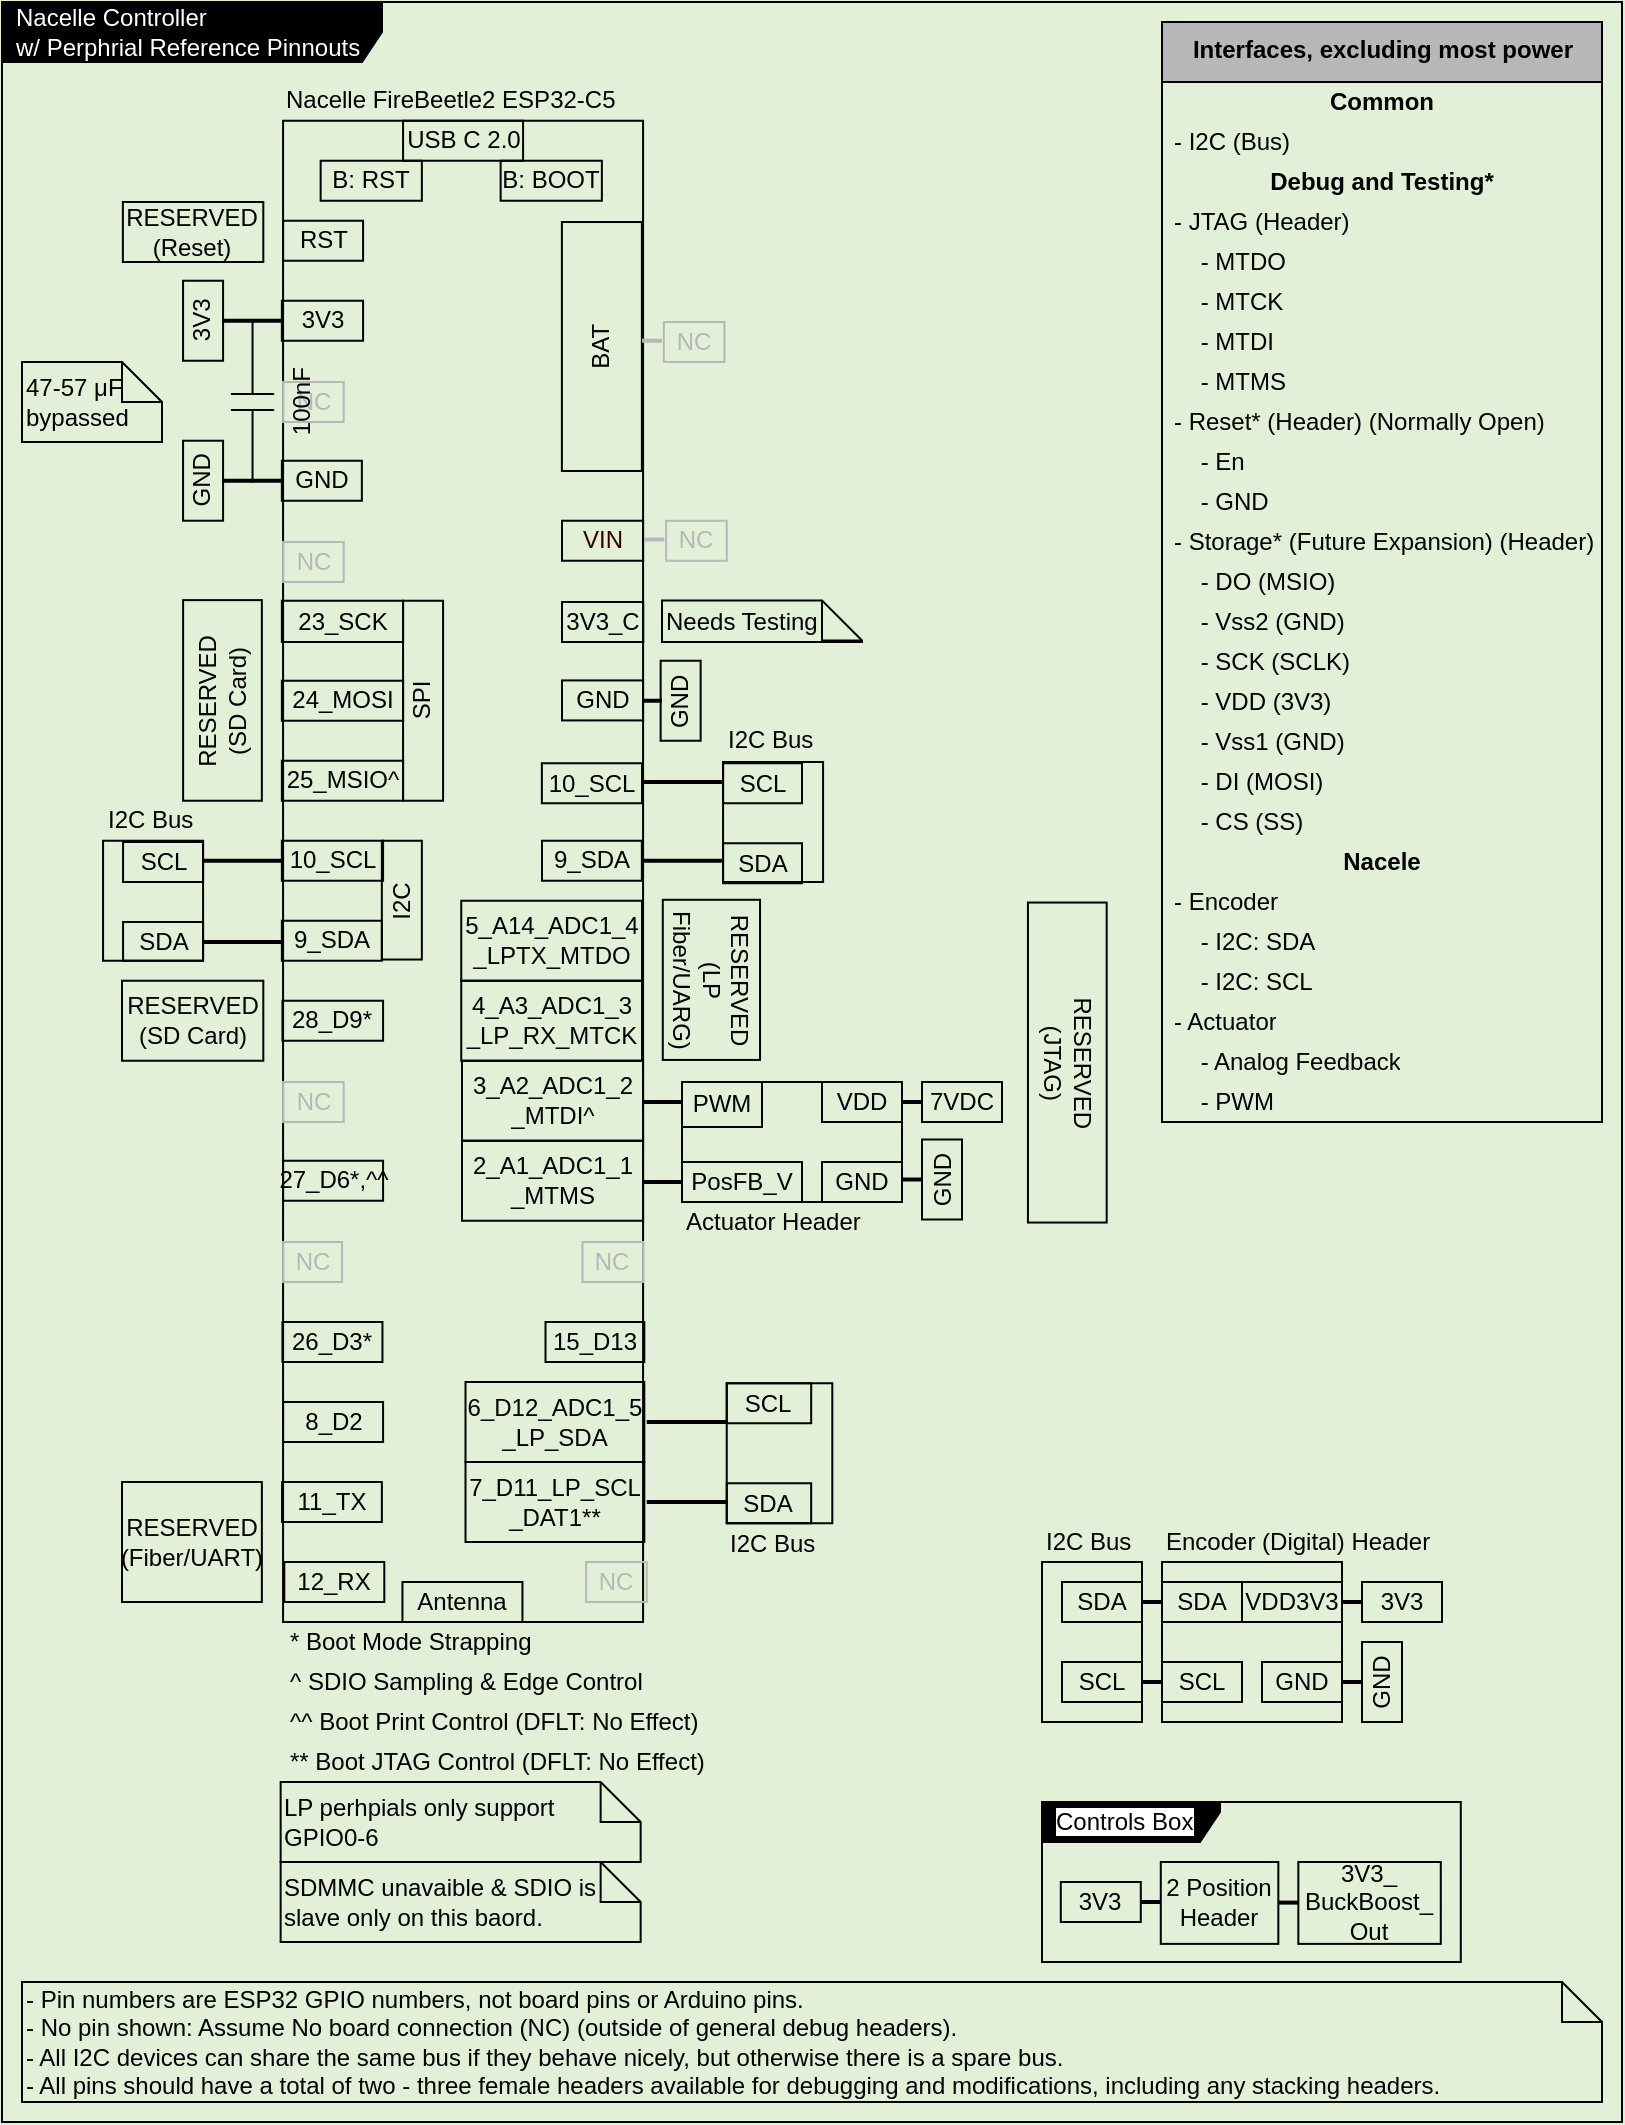
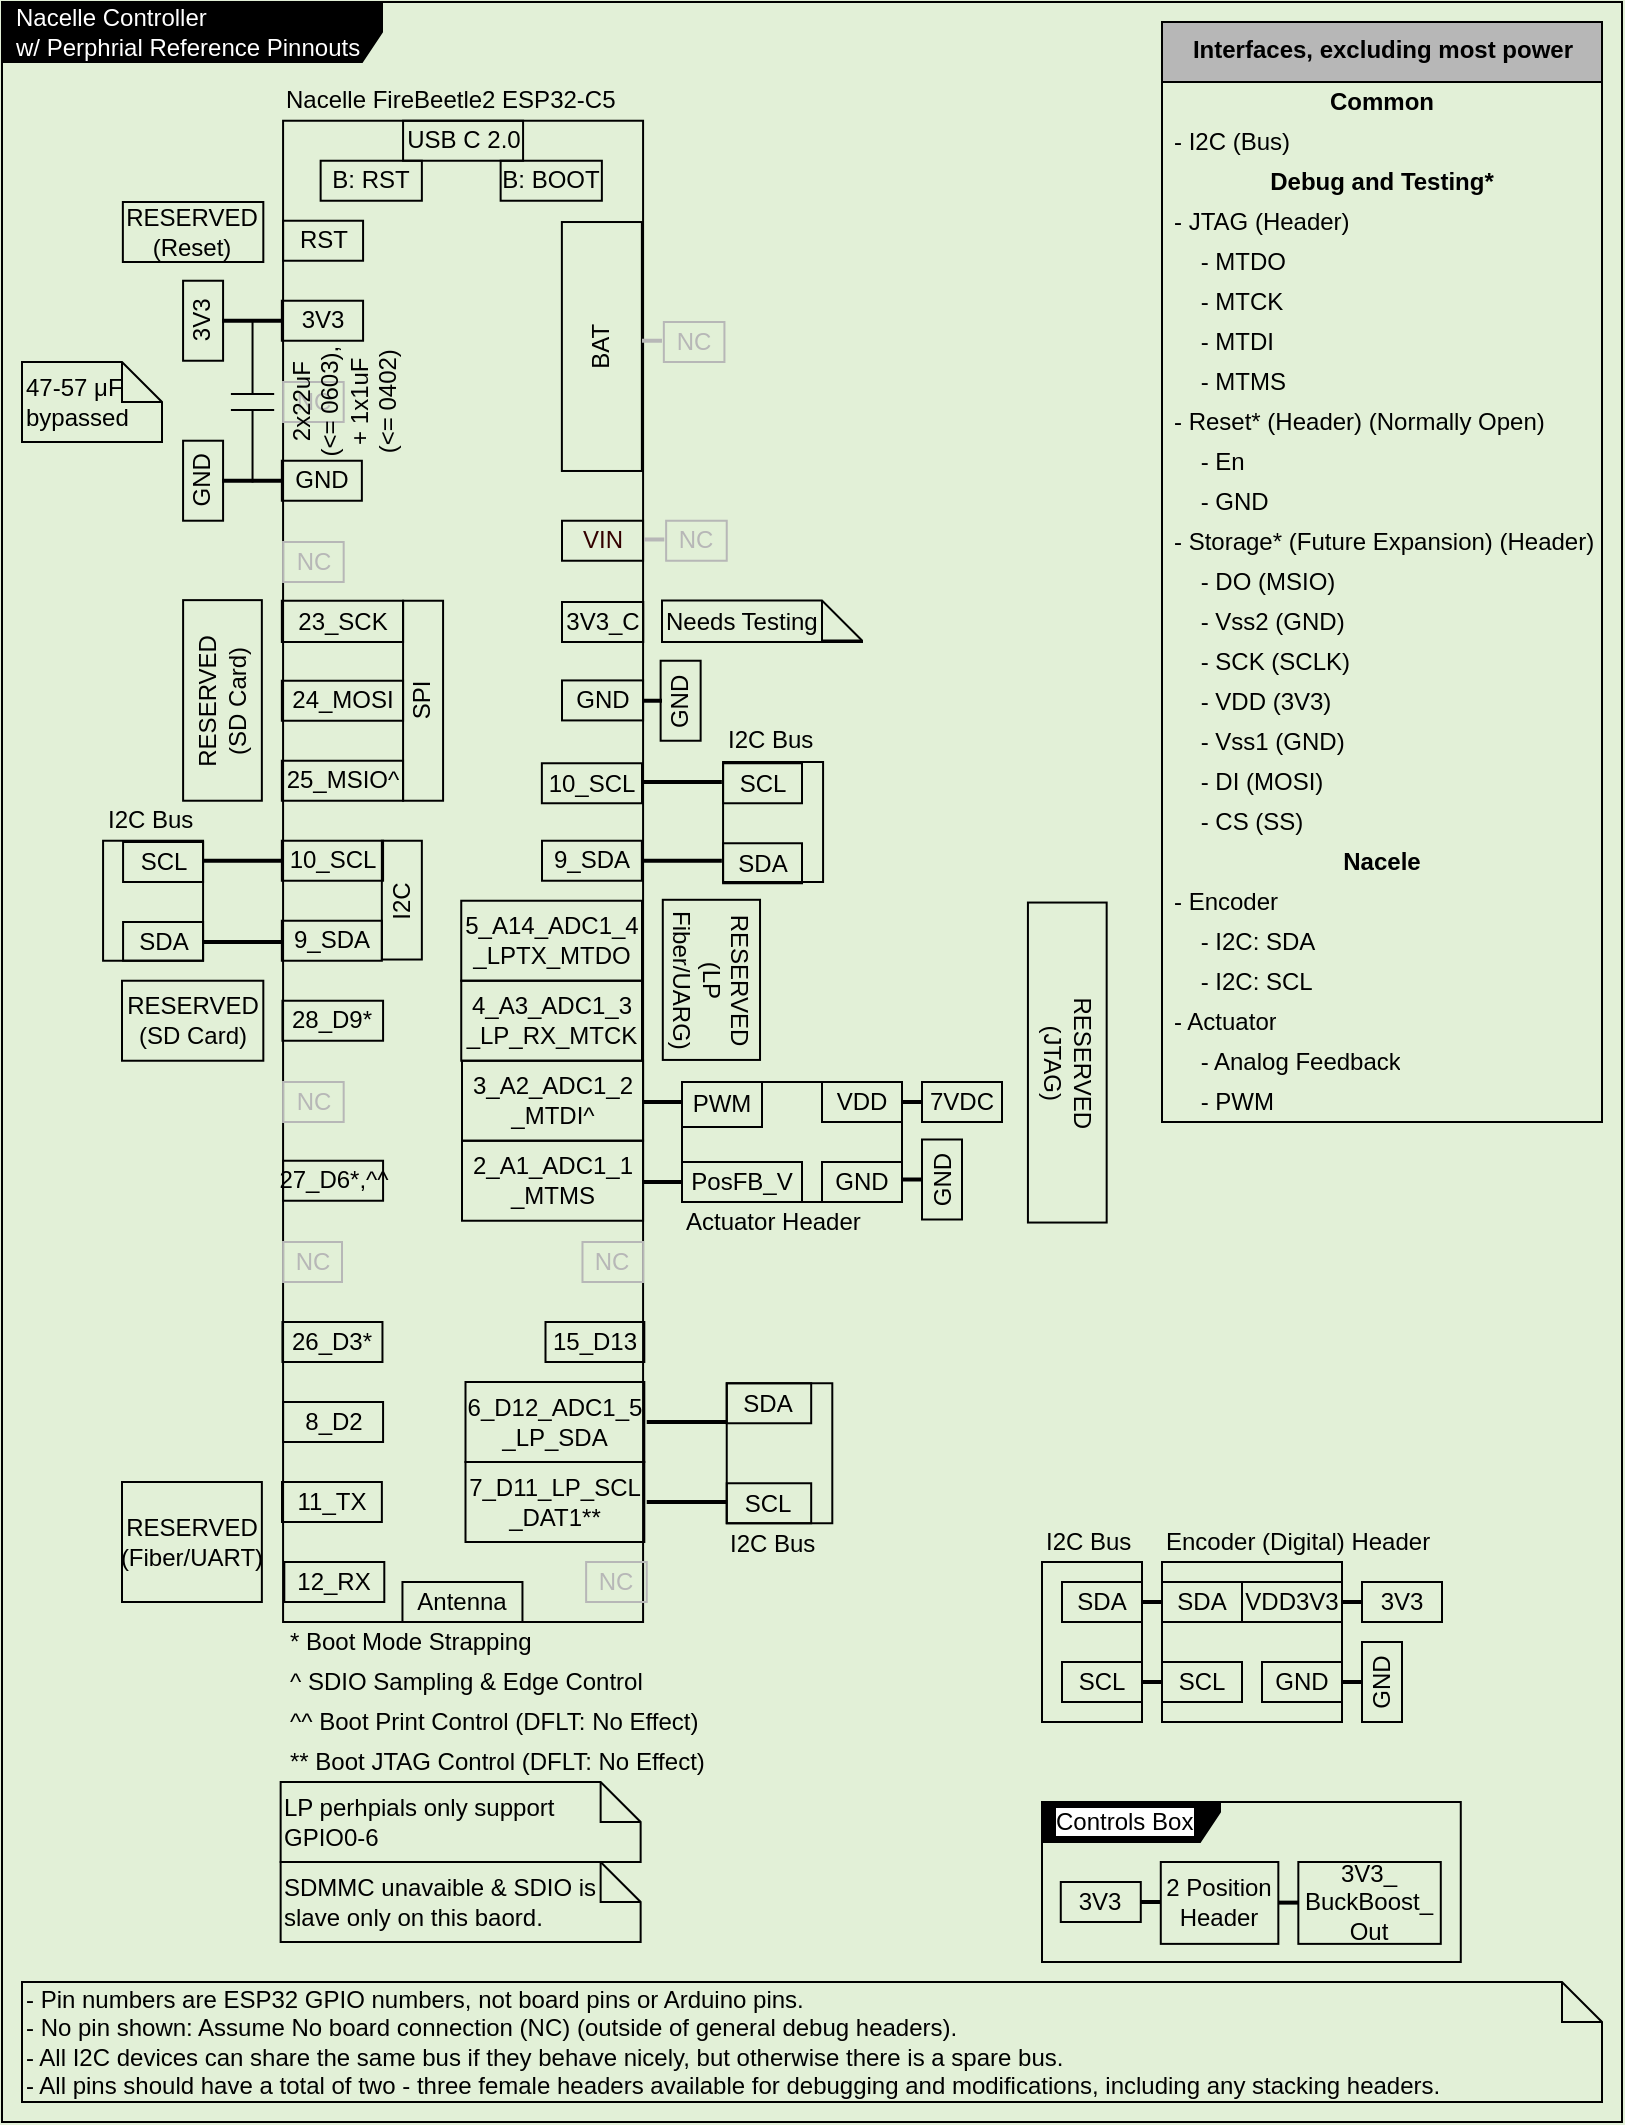
<mxfile host="65bd71144e">
    <diagram id="xW1vHMj48wwB0oUlumkL" name="Page-1">
-         <mxGraphModel dx="520" dy="423" grid="1" gridSize="10" guides="1" tooltips="1" connect="1" arrows="1" fold="1" page="1" pageScale="1" pageWidth="850" pageHeight="1100" background="#E2F0D7" math="0" shadow="0">
+         <mxGraphModel dx="369" dy="301" grid="1" gridSize="10" guides="1" tooltips="1" connect="1" arrows="1" fold="1" page="1" pageScale="1" pageWidth="850" pageHeight="1100" background="#E2F0D7" math="0" shadow="0">
            <root>
                <mxCell id="0"/>
                <mxCell id="1" parent="0"/>
                <mxCell id="521" value="&lt;font color=&quot;#ffffff&quot;&gt;Nacelle Controller&lt;br&gt;w/ Perphrial Reference Pinnouts&lt;/font&gt;" style="shape=umlFrame;whiteSpace=wrap;html=1;width=190;height=30;boundedLbl=1;verticalAlign=middle;align=left;spacingLeft=5;fontColor=#000000;strokeColor=#000000;fillColor=#000000;gradientColor=#000000;fillStyle=solid;movable=1;resizable=1;rotatable=1;deletable=1;editable=1;connectable=1;" parent="1" vertex="1">
                    <mxGeometry x="20" y="20" width="810" height="1060" as="geometry"/>
                </mxCell>
                <mxCell id="40" value="&lt;span style=&quot;color: rgba(0, 0, 0, 0); font-family: monospace; font-size: 0px; text-align: start;&quot;&gt;%3CmxGraphModel%3E%3Croot%3E%3CmxCell%20id%3D%220%22%2F%3E%3CmxCell%20id%3D%221%22%20parent%3D%220%22%2F%3E%3CmxCell%20id%3D%222%22%20value%3D%22Common%22%20style%3D%22text%3Bhtml%3D1%3BstrokeColor%3Dnone%3BfillColor%3Dnone%3Balign%3Dcenter%3BverticalAlign%3Dmiddle%3BspacingLeft%3D4%3BspacingRight%3D4%3Boverflow%3Dhidden%3Brotatable%3D0%3Bpoints%3D%5B%5B0%2C0.5%5D%2C%5B1%2C0.5%5D%5D%3BportConstraint%3Deastwest%3BfontColor%3D%23000000%3B%22%20vertex%3D%221%22%20parent%3D%221%22%3E%3CmxGeometry%20x%3D%22530%22%20y%3D%2280%22%20width%3D%22272.5%22%20height%3D%2220%22%20as%3D%22geometry%22%2F%3E%3C%2FmxCell%3E%3C%2Froot%3E%3C%2FmxGraphModel%3E&lt;/span&gt;" style="rounded=0;whiteSpace=wrap;html=1;fillColor=none;strokeColor=#000000;fontColor=#000000;" parent="1" vertex="1">
                    <mxGeometry x="160.54" y="79.37" width="180" height="750.63" as="geometry"/>
                </mxCell>
                <mxCell id="147" value="3V3" style="text;html=1;strokeColor=#000000;fillColor=none;align=center;verticalAlign=middle;whiteSpace=wrap;rounded=0;fontColor=#000000;rotation=-90;" parent="1" vertex="1">
                    <mxGeometry x="100.53999999999999" y="169.37" width="40" height="20" as="geometry"/>
                </mxCell>
                <mxCell id="41" value="RST" style="text;html=1;strokeColor=#000000;fillColor=none;align=center;verticalAlign=middle;whiteSpace=wrap;rounded=0;fontColor=#000000;" parent="1" vertex="1">
                    <mxGeometry x="160.54" y="129.37" width="40" height="20" as="geometry"/>
                </mxCell>
                <mxCell id="45" value="Nacelle FireBeetle2 ESP32-C5" style="text;html=1;strokeColor=none;fillColor=none;align=left;verticalAlign=middle;whiteSpace=wrap;rounded=0;fontColor=#000000;" parent="1" vertex="1">
                    <mxGeometry x="159.92999999999998" y="59.37" width="180.61" height="20" as="geometry"/>
                </mxCell>
                <mxCell id="46" value="3V3" style="text;html=1;strokeColor=#000000;fillColor=none;align=center;verticalAlign=middle;whiteSpace=wrap;rounded=0;fontColor=#000000;" parent="1" vertex="1">
                    <mxGeometry x="159.92999999999998" y="169.37" width="40.61" height="20" as="geometry"/>
                </mxCell>
                <mxCell id="50" value="GND" style="text;html=1;strokeColor=#000000;fillColor=none;align=center;verticalAlign=middle;whiteSpace=wrap;rounded=0;fontColor=#000000;" parent="1" vertex="1">
                    <mxGeometry x="159.92999999999998" y="249.37" width="40" height="20" as="geometry"/>
                </mxCell>
                <mxCell id="62" value="23_SCK" style="text;html=1;strokeColor=#000000;fillColor=none;align=center;verticalAlign=middle;whiteSpace=wrap;rounded=0;fontColor=#000000;" parent="1" vertex="1">
                    <mxGeometry x="159.92999999999998" y="319.37" width="60.61" height="20.63" as="geometry"/>
                </mxCell>
                <mxCell id="64" value="24_MOSI" style="text;html=1;strokeColor=#000000;fillColor=none;align=center;verticalAlign=middle;whiteSpace=wrap;rounded=0;fontColor=#000000;" parent="1" vertex="1">
                    <mxGeometry x="159.92999999999998" y="359.37" width="60.61" height="20" as="geometry"/>
                </mxCell>
                <mxCell id="66" value="25_MSIO^" style="text;html=1;strokeColor=#000000;fillColor=none;align=center;verticalAlign=middle;whiteSpace=wrap;rounded=0;fontColor=#000000;" parent="1" vertex="1">
                    <mxGeometry x="159.92999999999998" y="399.37" width="60.61" height="20" as="geometry"/>
                </mxCell>
                <mxCell id="69" value="10_SCL" style="text;html=1;strokeColor=#000000;fillColor=none;align=center;verticalAlign=middle;whiteSpace=wrap;rounded=0;fontColor=#000000;" parent="1" vertex="1">
                    <mxGeometry x="289.93" y="400.63" width="50.07" height="20" as="geometry"/>
                </mxCell>
                <mxCell id="71" value="9_SDA" style="text;html=1;strokeColor=#000000;fillColor=none;align=center;verticalAlign=middle;whiteSpace=wrap;rounded=0;fontColor=#000000;" parent="1" vertex="1">
                    <mxGeometry x="290" y="439.37" width="49.93" height="20" as="geometry"/>
                </mxCell>
                <mxCell id="73" value="5_A14_ADC1_4&lt;br&gt;_LPTX_MTDO" style="text;html=1;strokeColor=#000000;fillColor=none;align=center;verticalAlign=middle;whiteSpace=wrap;rounded=0;fontColor=#000000;" parent="1" vertex="1">
                    <mxGeometry x="249.62" y="469.37" width="90.38" height="40" as="geometry"/>
                </mxCell>
                <mxCell id="107" value="10_SCL" style="text;html=1;strokeColor=#000000;fillColor=none;align=center;verticalAlign=middle;whiteSpace=wrap;rounded=0;fontColor=#000000;" parent="1" vertex="1">
                    <mxGeometry x="159.92999999999998" y="439.37" width="50.61" height="20" as="geometry"/>
                </mxCell>
                <mxCell id="110" value="4_A3_ADC1_3&lt;br&gt;_LP_RX_MTCK" style="text;html=1;strokeColor=#000000;fillColor=none;align=center;verticalAlign=middle;whiteSpace=wrap;rounded=0;fontColor=#000000;" parent="1" vertex="1">
                    <mxGeometry x="249.62" y="509.37" width="90.38" height="40" as="geometry"/>
                </mxCell>
                <mxCell id="111" value="9_SDA" style="text;html=1;strokeColor=#000000;fillColor=none;align=center;verticalAlign=middle;whiteSpace=wrap;rounded=0;fontColor=#000000;" parent="1" vertex="1">
                    <mxGeometry x="159.92999999999998" y="479.37" width="50" height="20" as="geometry"/>
                </mxCell>
                <mxCell id="112" value="" style="line;strokeWidth=2;html=1;strokeColor=#000000;fontColor=#000000;" parent="1" vertex="1">
                    <mxGeometry x="130" y="174.37" width="29.93" height="10" as="geometry"/>
                </mxCell>
                <mxCell id="113" value="28_D9*" style="text;html=1;strokeColor=#000000;fillColor=none;align=center;verticalAlign=middle;whiteSpace=wrap;rounded=0;fontColor=#000000;" parent="1" vertex="1">
                    <mxGeometry x="160.23" y="519.37" width="50.31" height="20" as="geometry"/>
                </mxCell>
                <mxCell id="115" value="VIN" style="text;html=1;strokeColor=#000000;fillColor=none;align=center;verticalAlign=middle;whiteSpace=wrap;rounded=0;fontColor=#330000;" parent="1" vertex="1">
                    <mxGeometry x="300" y="279.37" width="40.54" height="20" as="geometry"/>
                </mxCell>
                <mxCell id="118" value="2_A1_ADC1_1&lt;br&gt;_MTMS" style="text;html=1;strokeColor=#000000;fillColor=none;align=center;verticalAlign=middle;whiteSpace=wrap;rounded=0;fontColor=#000000;" parent="1" vertex="1">
                    <mxGeometry x="250" y="589.37" width="90.54" height="40" as="geometry"/>
                </mxCell>
                <mxCell id="123" value="27_D6*,^^" style="text;html=1;strokeColor=#000000;fillColor=none;align=center;verticalAlign=middle;whiteSpace=wrap;rounded=0;fontColor=#000000;" parent="1" vertex="1">
                    <mxGeometry x="160.54" y="599.37" width="50" height="20" as="geometry"/>
                </mxCell>
                <mxCell id="131" value="USB C 2.0" style="text;html=1;strokeColor=#000000;fillColor=none;align=center;verticalAlign=middle;whiteSpace=wrap;rounded=0;fontColor=#000000;" parent="1" vertex="1">
                    <mxGeometry x="220.54" y="79.37" width="60" height="20" as="geometry"/>
                </mxCell>
                <mxCell id="177" value="3_A2_ADC1_2&lt;br&gt;_MTDI^" style="text;html=1;strokeColor=#000000;fillColor=none;align=center;verticalAlign=middle;whiteSpace=wrap;rounded=0;fontColor=#000000;" parent="1" vertex="1">
                    <mxGeometry x="250" y="549.37" width="90.54" height="40" as="geometry"/>
                </mxCell>
                <mxCell id="297" value="&lt;font style=&quot;color: light-dark(rgb(0, 0, 0), rgb(255, 255, 255));&quot;&gt;&lt;b style=&quot;&quot;&gt;Interfaces, excluding most power&lt;/b&gt;&lt;/font&gt;" style="swimlane;fontStyle=0;align=center;verticalAlign=top;childLayout=stackLayout;horizontal=1;startSize=30;horizontalStack=0;resizeParent=1;resizeParentMax=0;resizeLast=0;collapsible=0;marginBottom=0;html=1;fontColor=#000000;strokeColor=#000000;fillColor=#b7b7b7;" parent="1" vertex="1">
                    <mxGeometry x="600" y="30" width="220" height="550" as="geometry"/>
                </mxCell>
                <mxCell id="298" value="&lt;b&gt;&lt;font style=&quot;color: light-dark(rgb(0, 0, 0), rgb(255, 255, 255));&quot;&gt;Common&lt;/font&gt;&lt;/b&gt;" style="text;html=1;strokeColor=none;fillColor=none;align=center;verticalAlign=middle;spacingLeft=4;spacingRight=4;overflow=hidden;rotatable=0;points=[[0,0.5],[1,0.5]];portConstraint=eastwest;fontColor=#000000;" parent="297" vertex="1">
                    <mxGeometry y="30" width="220" height="20" as="geometry"/>
                </mxCell>
                <mxCell id="299" value="- I2C (Bus)" style="text;html=1;align=left;verticalAlign=middle;spacingLeft=4;spacingRight=4;overflow=hidden;rotatable=0;points=[[0,0.5],[1,0.5]];portConstraint=eastwest;fontColor=#000000;strokeColor=none;" parent="297" vertex="1">
                    <mxGeometry y="50" width="220" height="20" as="geometry"/>
                </mxCell>
                <mxCell id="302" value="&lt;b&gt;&lt;font style=&quot;color: light-dark(rgb(0, 0, 0), rgb(255, 255, 255));&quot;&gt;Debug and Testing*&lt;/font&gt;&lt;/b&gt;" style="text;html=1;strokeColor=none;fillColor=none;align=center;verticalAlign=middle;spacingLeft=4;spacingRight=4;overflow=hidden;rotatable=0;points=[[0,0.5],[1,0.5]];portConstraint=eastwest;fontColor=#000000;" parent="297" vertex="1">
                    <mxGeometry y="70" width="220" height="20" as="geometry"/>
                </mxCell>
                <mxCell id="309" value="- JTAG (Header)" style="text;html=1;align=left;verticalAlign=middle;spacingLeft=4;spacingRight=4;overflow=hidden;rotatable=0;points=[[0,0.5],[1,0.5]];portConstraint=eastwest;fontColor=#000000;strokeColor=none;" parent="297" vertex="1">
                    <mxGeometry y="90" width="220" height="20" as="geometry"/>
                </mxCell>
                <mxCell id="313" value="&amp;nbsp; &amp;nbsp; - MTDO" style="text;html=1;align=left;verticalAlign=middle;spacingLeft=4;spacingRight=4;overflow=hidden;rotatable=0;points=[[0,0.5],[1,0.5]];portConstraint=eastwest;fontColor=#000000;strokeColor=none;" parent="297" vertex="1">
                    <mxGeometry y="110" width="220" height="20" as="geometry"/>
                </mxCell>
                <mxCell id="314" value="&amp;nbsp; &amp;nbsp; - MTCK" style="text;html=1;align=left;verticalAlign=middle;spacingLeft=4;spacingRight=4;overflow=hidden;rotatable=0;points=[[0,0.5],[1,0.5]];portConstraint=eastwest;fontColor=#000000;strokeColor=none;" parent="297" vertex="1">
                    <mxGeometry y="130" width="220" height="20" as="geometry"/>
                </mxCell>
                <mxCell id="315" value="&amp;nbsp; &amp;nbsp; - MTDI" style="text;html=1;align=left;verticalAlign=middle;spacingLeft=4;spacingRight=4;overflow=hidden;rotatable=0;points=[[0,0.5],[1,0.5]];portConstraint=eastwest;fontColor=#000000;strokeColor=none;" parent="297" vertex="1">
                    <mxGeometry y="150" width="220" height="20" as="geometry"/>
                </mxCell>
                <mxCell id="310" value="&amp;nbsp; &amp;nbsp; - MTMS" style="text;html=1;align=left;verticalAlign=middle;spacingLeft=4;spacingRight=4;overflow=hidden;rotatable=0;points=[[0,0.5],[1,0.5]];portConstraint=eastwest;fontColor=#000000;strokeColor=none;" parent="297" vertex="1">
                    <mxGeometry y="170" width="220" height="20" as="geometry"/>
                </mxCell>
                <mxCell id="303" value="- Reset* (Header) (Normally Open)" style="text;html=1;align=left;verticalAlign=middle;spacingLeft=4;spacingRight=4;overflow=hidden;rotatable=0;points=[[0,0.5],[1,0.5]];portConstraint=eastwest;fontColor=#000000;strokeColor=none;" parent="297" vertex="1">
                    <mxGeometry y="190" width="220" height="20" as="geometry"/>
                </mxCell>
                <mxCell id="304" value="&amp;nbsp; &amp;nbsp; - En" style="text;html=1;align=left;verticalAlign=middle;spacingLeft=4;spacingRight=4;overflow=hidden;rotatable=0;points=[[0,0.5],[1,0.5]];portConstraint=eastwest;fontColor=#000000;strokeColor=none;" parent="297" vertex="1">
                    <mxGeometry y="210" width="220" height="20" as="geometry"/>
                </mxCell>
                <mxCell id="305" value="&amp;nbsp; &amp;nbsp; - GND" style="text;html=1;align=left;verticalAlign=middle;spacingLeft=4;spacingRight=4;overflow=hidden;rotatable=0;points=[[0,0.5],[1,0.5]];portConstraint=eastwest;fontColor=#000000;strokeColor=none;" parent="297" vertex="1">
                    <mxGeometry y="230" width="220" height="20" as="geometry"/>
                </mxCell>
                <mxCell id="316" value="- Storage* (Future Expansion) (Header)" style="text;html=1;align=left;verticalAlign=middle;spacingLeft=4;spacingRight=4;overflow=hidden;rotatable=0;points=[[0,0.5],[1,0.5]];portConstraint=eastwest;fontColor=#000000;strokeColor=none;" parent="297" vertex="1">
                    <mxGeometry y="250" width="220" height="20" as="geometry"/>
                </mxCell>
                <mxCell id="317" value="&lt;font style=&quot;&quot;&gt;&lt;font style=&quot;color: light-dark(rgb(0, 0, 0), rgb(255, 255, 255));&quot;&gt;&amp;nbsp; &amp;nbsp; -&amp;nbsp;&lt;/font&gt;&lt;span style=&quot;text-align: center;&quot;&gt;&lt;font style=&quot;color: light-dark(rgb(0, 0, 0), rgb(255, 255, 255));&quot;&gt;DO (MSIO)&lt;/font&gt;&lt;/span&gt;&lt;/font&gt;" style="text;html=1;align=left;verticalAlign=middle;spacingLeft=4;spacingRight=4;overflow=hidden;rotatable=0;points=[[0,0.5],[1,0.5]];portConstraint=eastwest;fontColor=#000000;strokeColor=none;" parent="297" vertex="1">
                    <mxGeometry y="270" width="220" height="20" as="geometry"/>
                </mxCell>
                <mxCell id="318" value="&amp;nbsp; &amp;nbsp; - Vss2 (GND)" style="text;html=1;align=left;verticalAlign=middle;spacingLeft=4;spacingRight=4;overflow=hidden;rotatable=0;points=[[0,0.5],[1,0.5]];portConstraint=eastwest;fontColor=#000000;strokeColor=none;" parent="297" vertex="1">
                    <mxGeometry y="290" width="220" height="20" as="geometry"/>
                </mxCell>
                <mxCell id="319" value="&lt;font style=&quot;&quot;&gt;&lt;font style=&quot;color: light-dark(rgb(0, 0, 0), rgb(255, 255, 255));&quot;&gt;&amp;nbsp; &amp;nbsp; -&amp;nbsp;&lt;/font&gt;&lt;span style=&quot;text-align: center;&quot;&gt;&lt;font style=&quot;color: light-dark(rgb(0, 0, 0), rgb(255, 255, 255));&quot;&gt;SCK (SCLK)&lt;/font&gt;&lt;/span&gt;&lt;/font&gt;" style="text;html=1;align=left;verticalAlign=middle;spacingLeft=4;spacingRight=4;overflow=hidden;rotatable=0;points=[[0,0.5],[1,0.5]];portConstraint=eastwest;fontColor=#000000;strokeColor=none;" parent="297" vertex="1">
                    <mxGeometry y="310" width="220" height="20" as="geometry"/>
                </mxCell>
                <mxCell id="320" value="&amp;nbsp; &amp;nbsp; - VDD (3V3)" style="text;html=1;align=left;verticalAlign=middle;spacingLeft=4;spacingRight=4;overflow=hidden;rotatable=0;points=[[0,0.5],[1,0.5]];portConstraint=eastwest;fontColor=#000000;strokeColor=none;" parent="297" vertex="1">
                    <mxGeometry y="330" width="220" height="20" as="geometry"/>
                </mxCell>
                <mxCell id="321" value="&amp;nbsp; &amp;nbsp; - Vss1 (GND)" style="text;html=1;align=left;verticalAlign=middle;spacingLeft=4;spacingRight=4;overflow=hidden;rotatable=0;points=[[0,0.5],[1,0.5]];portConstraint=eastwest;fontColor=#000000;strokeColor=none;" parent="297" vertex="1">
                    <mxGeometry y="350" width="220" height="20" as="geometry"/>
                </mxCell>
                <mxCell id="322" value="&lt;font style=&quot;&quot;&gt;&lt;font style=&quot;color: light-dark(rgb(0, 0, 0), rgb(255, 255, 255));&quot;&gt;&amp;nbsp; &amp;nbsp; -&amp;nbsp;&lt;/font&gt;&lt;span style=&quot;text-align: center;&quot;&gt;&lt;font style=&quot;color: light-dark(rgb(0, 0, 0), rgb(255, 255, 255));&quot;&gt;DI (MOSI)&lt;/font&gt;&lt;/span&gt;&lt;/font&gt;" style="text;html=1;align=left;verticalAlign=middle;spacingLeft=4;spacingRight=4;overflow=hidden;rotatable=0;points=[[0,0.5],[1,0.5]];portConstraint=eastwest;fontColor=#000000;strokeColor=none;" parent="297" vertex="1">
                    <mxGeometry y="370" width="220" height="20" as="geometry"/>
                </mxCell>
                <mxCell id="323" value="&amp;nbsp; &amp;nbsp; - CS (SS)" style="text;html=1;align=left;verticalAlign=middle;spacingLeft=4;spacingRight=4;overflow=hidden;rotatable=0;points=[[0,0.5],[1,0.5]];portConstraint=eastwest;fontColor=#000000;strokeColor=none;" parent="297" vertex="1">
                    <mxGeometry y="390" width="220" height="20" as="geometry"/>
                </mxCell>
                <mxCell id="509" value="&lt;b&gt;&lt;font style=&quot;color: light-dark(rgb(0, 0, 0), rgb(255, 255, 255));&quot;&gt;Nacele&lt;/font&gt;&lt;/b&gt;" style="text;html=1;strokeColor=none;fillColor=none;align=center;verticalAlign=middle;spacingLeft=4;spacingRight=4;overflow=hidden;rotatable=0;points=[[0,0.5],[1,0.5]];portConstraint=eastwest;fontColor=#000000;" parent="297" vertex="1">
                    <mxGeometry y="410" width="220" height="20" as="geometry"/>
                </mxCell>
                <mxCell id="510" value="- Encoder&lt;span style=&quot;color: rgba(0, 0, 0, 0); font-family: monospace; font-size: 0px;&quot;&gt;%3CmxGraphModel%3E%3Croot%3E%3CmxCell%20id%3D%220%22%2F%3E%3CmxCell%20id%3D%221%22%20parent%3D%220%22%2F%3E%3CmxCell%20id%3D%222%22%20value%3D%22%26amp%3Bnbsp%3B%20%26amp%3Bnbsp%3B%20-%20CS%20(SS)%22%20style%3D%22text%3Bhtml%3D1%3Balign%3Dleft%3BverticalAlign%3Dmiddle%3BspacingLeft%3D4%3BspacingRight%3D4%3Boverflow%3Dhidden%3Brotatable%3D0%3Bpoints%3D%5B%5B0%2C0.5%5D%2C%5B1%2C0.5%5D%5D%3BportConstraint%3Deastwest%3BfontColor%3D%23000000%3BstrokeColor%3Dnone%3B%22%20vertex%3D%221%22%20parent%3D%221%22%3E%3CmxGeometry%20x%3D%22610%22%20y%3D%22575%22%20width%3D%22220%22%20height%3D%2220%22%20as%3D%22geometry%22%2F%3E%3C%2FmxCell%3E%3C%2Froot%3E%3C%2FmxGraphModel%3E&lt;/span&gt;" style="text;html=1;align=left;verticalAlign=middle;spacingLeft=4;spacingRight=4;overflow=hidden;rotatable=0;points=[[0,0.5],[1,0.5]];portConstraint=eastwest;fontColor=#000000;strokeColor=none;" parent="297" vertex="1">
                    <mxGeometry y="430" width="220" height="20" as="geometry"/>
                </mxCell>
                <mxCell id="617" value="&amp;nbsp; &amp;nbsp; - I2C: SDA" style="text;html=1;align=left;verticalAlign=middle;spacingLeft=4;spacingRight=4;overflow=hidden;rotatable=0;points=[[0,0.5],[1,0.5]];portConstraint=eastwest;fontColor=#000000;strokeColor=none;" parent="297" vertex="1">
                    <mxGeometry y="450" width="220" height="20" as="geometry"/>
                </mxCell>
                <mxCell id="618" value="&amp;nbsp; &amp;nbsp; - I2C: SCL" style="text;html=1;align=left;verticalAlign=middle;spacingLeft=4;spacingRight=4;overflow=hidden;rotatable=0;points=[[0,0.5],[1,0.5]];portConstraint=eastwest;fontColor=#000000;strokeColor=none;" parent="297" vertex="1">
                    <mxGeometry y="470" width="220" height="20" as="geometry"/>
                </mxCell>
                <mxCell id="515" value="- Actuator&lt;span style=&quot;color: rgba(0, 0, 0, 0); font-family: monospace; font-size: 0px;&quot;&gt;%3CmxGraphModel%3E%3Croot%3E%3CmxCell%20id%3D%220%22%2F%3E%3CmxCell%20id%3D%221%22%20parent%3D%220%22%2F%3E%3CmxCell%20id%3D%222%22%20value%3D%22%26amp%3Bnbsp%3B%20%26amp%3Bnbsp%3B%20-%20CS%20(SS)%22%20style%3D%22text%3Bhtml%3D1%3Balign%3Dleft%3BverticalAlign%3Dmiddle%3BspacingLeft%3D4%3BspacingRight%3D4%3Boverflow%3Dhidden%3Brotatable%3D0%3Bpoints%3D%5B%5B0%2C0.5%5D%2C%5B1%2C0.5%5D%5D%3BportConstraint%3Deastwest%3BfontColor%3D%23000000%3BstrokeColor%3Dnone%3B%22%20vertex%3D%221%22%20parent%3D%221%22%3E%3CmxGeometry%20x%3D%22610%22%20y%3D%22575%22%20width%3D%22220%22%20height%3D%2220%22%20as%3D%22geometry%22%2F%3E%3C%2FmxCell%3E%3C%2Froot%3E%3C%2FmxGraphModel%3E&lt;/span&gt;" style="text;html=1;align=left;verticalAlign=middle;spacingLeft=4;spacingRight=4;overflow=hidden;rotatable=0;points=[[0,0.5],[1,0.5]];portConstraint=eastwest;fontColor=#000000;strokeColor=none;" parent="297" vertex="1">
                    <mxGeometry y="490" width="220" height="20" as="geometry"/>
                </mxCell>
                <mxCell id="517" value="&amp;nbsp; &amp;nbsp; - Analog Feedback" style="text;html=1;align=left;verticalAlign=middle;spacingLeft=4;spacingRight=4;overflow=hidden;rotatable=0;points=[[0,0.5],[1,0.5]];portConstraint=eastwest;fontColor=#000000;strokeColor=none;" parent="297" vertex="1">
                    <mxGeometry y="510" width="220" height="20" as="geometry"/>
                </mxCell>
                <mxCell id="516" value="&amp;nbsp; &amp;nbsp; - PWM" style="text;html=1;align=left;verticalAlign=middle;spacingLeft=4;spacingRight=4;overflow=hidden;rotatable=0;points=[[0,0.5],[1,0.5]];portConstraint=eastwest;fontColor=#000000;strokeColor=none;" parent="297" vertex="1">
                    <mxGeometry y="530" width="220" height="20" as="geometry"/>
                </mxCell>
                <mxCell id="432" value="* Boot Mode Strapping" style="text;html=1;strokeColor=none;fillColor=none;align=left;verticalAlign=middle;whiteSpace=wrap;rounded=0;fontColor=#000000;" parent="1" vertex="1">
                    <mxGeometry x="161.76" y="830" width="180.61" height="20" as="geometry"/>
                </mxCell>
                <mxCell id="455" value="&lt;div&gt;&lt;font style=&quot;color: light-dark(rgb(0, 0, 0), rgb(255, 255, 255));&quot;&gt;- Pin numbers are ESP32 GPIO numbers, not board pins or Arduino pins.&lt;/font&gt;&lt;/div&gt;- No pin shown: Assume No board connection (NC) (outside of general debug headers).&lt;br&gt;- All I2C devices can share the same bus if they behave nicely, but otherwise there is a spare bus.&lt;div&gt;&lt;font style=&quot;color: light-dark(rgb(0, 0, 0), rgb(255, 255, 255));&quot;&gt;- All pins should have a total of two - three female headers available&amp;nbsp;for debugging and modifications, including any stacking headers.&lt;/font&gt;&lt;/div&gt;" style="shape=note;size=20;whiteSpace=wrap;html=1;strokeColor=#000000;fontColor=#000000;fillColor=none;align=left;" parent="1" vertex="1">
                    <mxGeometry x="30" y="1010" width="790" height="60" as="geometry"/>
                </mxCell>
                <mxCell id="554" value="SDMMC unavaible &amp;amp; SDIO is slave only on this baord." style="shape=note;size=20;whiteSpace=wrap;html=1;strokeColor=#000000;fontColor=#000000;fillColor=none;align=left;" parent="1" vertex="1">
                    <mxGeometry x="159.32" y="950" width="180" height="40" as="geometry"/>
                </mxCell>
                <mxCell id="703" value="" style="group" parent="1" vertex="1" connectable="0">
                    <mxGeometry x="540" y="780" width="200" height="100" as="geometry"/>
                </mxCell>
                <mxCell id="704" value="Encoder (Digital) Header" style="text;html=1;strokeColor=none;fillColor=none;align=left;verticalAlign=middle;whiteSpace=wrap;rounded=0;fontColor=#000000;container=0;" parent="703" vertex="1">
                    <mxGeometry x="60" width="140" height="20" as="geometry"/>
                </mxCell>
                <mxCell id="705" value="" style="rounded=0;whiteSpace=wrap;html=1;fillColor=none;strokeColor=#000000;fontColor=#000000;container=0;" parent="703" vertex="1">
                    <mxGeometry x="60" y="20" width="90" height="80" as="geometry"/>
                </mxCell>
                <mxCell id="706" value="SDA" style="text;html=1;strokeColor=#000000;fillColor=none;align=center;verticalAlign=middle;whiteSpace=wrap;rounded=0;fontColor=#000000;container=0;" parent="703" vertex="1">
                    <mxGeometry x="60" y="30" width="40" height="20" as="geometry"/>
                </mxCell>
                <mxCell id="707" value="SCL" style="text;html=1;strokeColor=#000000;fillColor=none;align=center;verticalAlign=middle;whiteSpace=wrap;rounded=0;fontColor=#000000;container=0;" parent="703" vertex="1">
                    <mxGeometry x="60" y="70" width="40" height="20" as="geometry"/>
                </mxCell>
                <mxCell id="708" value="VDD3V3" style="text;html=1;strokeColor=#000000;fillColor=none;align=center;verticalAlign=middle;whiteSpace=wrap;rounded=0;fontColor=#000000;container=0;" parent="703" vertex="1">
                    <mxGeometry x="100" y="30" width="50" height="20" as="geometry"/>
                </mxCell>
                <mxCell id="709" value="GND" style="text;html=1;strokeColor=#000000;fillColor=none;align=center;verticalAlign=middle;whiteSpace=wrap;rounded=0;fontColor=#000000;container=0;" parent="703" vertex="1">
                    <mxGeometry x="110" y="70" width="40" height="20" as="geometry"/>
                </mxCell>
                <mxCell id="710" value="GND" style="text;html=1;strokeColor=#000000;fillColor=none;align=center;verticalAlign=middle;whiteSpace=wrap;rounded=0;fontColor=#000000;container=0;rotation=-90;" parent="703" vertex="1">
                    <mxGeometry x="150" y="70" width="40" height="20" as="geometry"/>
                </mxCell>
                <mxCell id="711" value="3V3" style="text;html=1;strokeColor=#000000;fillColor=none;align=center;verticalAlign=middle;whiteSpace=wrap;rounded=0;fontColor=#000000;container=0;" parent="703" vertex="1">
                    <mxGeometry x="160" y="30" width="40" height="20" as="geometry"/>
                </mxCell>
                <mxCell id="712" value="" style="line;strokeWidth=2;html=1;strokeColor=#000000;fontColor=#000000;container=0;" parent="703" vertex="1">
                    <mxGeometry x="50" y="35" width="10" height="10" as="geometry"/>
                </mxCell>
                <mxCell id="713" value="" style="line;strokeWidth=2;html=1;strokeColor=#000000;fontColor=#000000;container=0;" parent="703" vertex="1">
                    <mxGeometry x="50" y="75" width="10" height="10" as="geometry"/>
                </mxCell>
                <mxCell id="714" value="" style="line;strokeWidth=2;html=1;strokeColor=#000000;fontColor=#000000;container=0;" parent="703" vertex="1">
                    <mxGeometry x="150" y="35" width="10" height="10" as="geometry"/>
                </mxCell>
                <mxCell id="715" value="" style="line;strokeWidth=2;html=1;strokeColor=#000000;fontColor=#000000;container=0;" parent="703" vertex="1">
                    <mxGeometry x="150" y="75" width="10" height="10" as="geometry"/>
                </mxCell>
                <mxCell id="716" value="I2C Bus" style="text;html=1;strokeColor=none;fillColor=none;align=left;verticalAlign=middle;whiteSpace=wrap;rounded=0;fontColor=#000000;container=0;" parent="703" vertex="1">
                    <mxGeometry width="50" height="20" as="geometry"/>
                </mxCell>
                <mxCell id="717" value="" style="rounded=0;whiteSpace=wrap;html=1;fillColor=none;strokeColor=#000000;fontColor=#000000;container=0;" parent="703" vertex="1">
                    <mxGeometry y="20" width="50" height="80" as="geometry"/>
                </mxCell>
                <mxCell id="718" value="SDA" style="text;html=1;strokeColor=#000000;fillColor=none;align=center;verticalAlign=middle;whiteSpace=wrap;rounded=0;fontColor=#000000;container=0;" parent="703" vertex="1">
                    <mxGeometry x="10" y="30" width="40" height="20" as="geometry"/>
                </mxCell>
                <mxCell id="719" value="SCL" style="text;html=1;strokeColor=#000000;fillColor=none;align=center;verticalAlign=middle;whiteSpace=wrap;rounded=0;fontColor=#000000;container=0;" parent="703" vertex="1">
                    <mxGeometry x="10" y="70" width="40" height="20" as="geometry"/>
                </mxCell>
                <mxCell id="720" value="B: RST" style="text;html=1;strokeColor=#000000;fillColor=none;align=center;verticalAlign=middle;whiteSpace=wrap;rounded=0;fontColor=#000000;" parent="1" vertex="1">
                    <mxGeometry x="179.32" y="99.37" width="50.61" height="20" as="geometry"/>
                </mxCell>
                <mxCell id="721" value="B: BOOT" style="text;html=1;strokeColor=#000000;fillColor=none;align=center;verticalAlign=middle;whiteSpace=wrap;rounded=0;fontColor=#000000;" parent="1" vertex="1">
                    <mxGeometry x="269.32000000000005" y="99.37" width="50.61" height="20" as="geometry"/>
                </mxCell>
                <mxCell id="724" value="BAT" style="text;html=1;strokeColor=#000000;fillColor=none;align=center;verticalAlign=middle;whiteSpace=wrap;rounded=0;fontColor=#000000;rotation=-90;" parent="1" vertex="1">
                    <mxGeometry x="257.7" y="172.25" width="124.48" height="40" as="geometry"/>
                </mxCell>
                <mxCell id="725" value="GND" style="text;html=1;strokeColor=#000000;fillColor=none;align=center;verticalAlign=middle;whiteSpace=wrap;rounded=0;fontColor=#000000;rotation=-90;" parent="1" vertex="1">
                    <mxGeometry x="100.53999999999999" y="249.36" width="40" height="20" as="geometry"/>
                </mxCell>
                <mxCell id="727" value="" style="line;strokeWidth=2;html=1;strokeColor=#000000;fontColor=#000000;" parent="1" vertex="1">
                    <mxGeometry x="130" y="254.37" width="30.54" height="10" as="geometry"/>
                </mxCell>
                <mxCell id="731" value="SPI" style="text;html=1;strokeColor=#000000;fillColor=none;align=center;verticalAlign=middle;whiteSpace=wrap;rounded=0;fontColor=#000000;rotation=-90;" parent="1" vertex="1">
                    <mxGeometry x="180.54" y="359.37" width="100" height="20" as="geometry"/>
                </mxCell>
                <mxCell id="735" value="" style="group" parent="1" vertex="1" connectable="0">
                    <mxGeometry x="70.54" y="409.37" width="90" height="110.63" as="geometry"/>
                </mxCell>
                <mxCell id="505" value="" style="line;strokeWidth=2;html=1;strokeColor=#000000;fontColor=#000000;" parent="735" vertex="1">
                    <mxGeometry x="50" y="35" width="40" height="10" as="geometry"/>
                </mxCell>
                <mxCell id="506" value="" style="line;strokeWidth=2;html=1;strokeColor=#000000;fontColor=#000000;" parent="735" vertex="1">
                    <mxGeometry x="50" y="75.63" width="40" height="10" as="geometry"/>
                </mxCell>
                <mxCell id="590" value="" style="rounded=0;whiteSpace=wrap;html=1;fillColor=none;strokeColor=#000000;fontColor=#000000;container=0;" parent="735" vertex="1">
                    <mxGeometry y="30" width="50" height="60" as="geometry"/>
                </mxCell>
                <mxCell id="592" value="SCL" style="text;html=1;strokeColor=#000000;fillColor=none;align=center;verticalAlign=middle;whiteSpace=wrap;rounded=0;fontColor=#000000;container=0;" parent="735" vertex="1">
                    <mxGeometry x="10" y="30.629999999999995" width="40" height="20" as="geometry"/>
                </mxCell>
                <mxCell id="593" value="SDA" style="text;html=1;strokeColor=#000000;fillColor=none;align=center;verticalAlign=middle;whiteSpace=wrap;rounded=0;fontColor=#000000;container=0;" parent="735" vertex="1">
                    <mxGeometry x="10" y="70.63" width="40" height="19.37" as="geometry"/>
                </mxCell>
                <mxCell id="591" value="I2C Bus" style="text;html=1;strokeColor=none;fillColor=none;align=left;verticalAlign=middle;whiteSpace=wrap;rounded=0;fontColor=#000000;container=0;" parent="735" vertex="1">
                    <mxGeometry y="10" width="50" height="20" as="geometry"/>
                </mxCell>
                <mxCell id="736" value="I2C" style="text;html=1;strokeColor=#000000;fillColor=none;align=center;verticalAlign=middle;whiteSpace=wrap;rounded=0;fontColor=#000000;rotation=-90;" parent="1" vertex="1">
                    <mxGeometry x="190.23" y="459.07" width="59.39" height="20" as="geometry"/>
                </mxCell>
                <mxCell id="737" value="8_D2" style="text;html=1;strokeColor=#000000;fillColor=none;align=center;verticalAlign=middle;whiteSpace=wrap;rounded=0;fontColor=#000000;" parent="1" vertex="1">
                    <mxGeometry x="160.54" y="720" width="50" height="20" as="geometry"/>
                </mxCell>
                <mxCell id="738" value="11_TX" style="text;html=1;strokeColor=#000000;fillColor=none;align=center;verticalAlign=middle;whiteSpace=wrap;rounded=0;fontColor=#000000;" parent="1" vertex="1">
                    <mxGeometry x="160" y="760" width="49.93" height="20" as="geometry"/>
                </mxCell>
                <mxCell id="739" value="12_RX" style="text;html=1;strokeColor=#000000;fillColor=none;align=center;verticalAlign=middle;whiteSpace=wrap;rounded=0;fontColor=#000000;" parent="1" vertex="1">
                    <mxGeometry x="161.15" y="800" width="50" height="20" as="geometry"/>
                </mxCell>
                <mxCell id="741" value="Antenna" style="text;html=1;strokeColor=#000000;fillColor=none;align=center;verticalAlign=middle;whiteSpace=wrap;rounded=0;fontColor=#000000;" parent="1" vertex="1">
                    <mxGeometry x="220.23" y="810" width="60" height="20" as="geometry"/>
                </mxCell>
                <mxCell id="748" value="NC" style="text;html=1;strokeColor=#B7B7B7;fillColor=none;align=center;verticalAlign=middle;whiteSpace=wrap;rounded=0;fontColor=#B7B7B7;" parent="1" vertex="1">
                    <mxGeometry x="160.54" y="210" width="30.3" height="20" as="geometry"/>
                </mxCell>
                <mxCell id="749" value="NC" style="text;html=1;strokeColor=#B7B7B7;fillColor=none;align=center;verticalAlign=middle;whiteSpace=wrap;rounded=0;fontColor=#B7B7B7;" parent="1" vertex="1">
                    <mxGeometry x="160.54" y="290" width="30.3" height="20" as="geometry"/>
                </mxCell>
                <mxCell id="750" value="GND" style="text;html=1;strokeColor=#000000;fillColor=none;align=center;verticalAlign=middle;whiteSpace=wrap;rounded=0;fontColor=#000000;" parent="1" vertex="1">
                    <mxGeometry x="300" y="359.21" width="40.54" height="20" as="geometry"/>
                </mxCell>
                <mxCell id="751" value="GND" style="text;html=1;strokeColor=#000000;fillColor=none;align=center;verticalAlign=middle;whiteSpace=wrap;rounded=0;fontColor=#000000;rotation=-90;" parent="1" vertex="1">
                    <mxGeometry x="339.32" y="359.37000000000006" width="40" height="20" as="geometry"/>
                </mxCell>
                <mxCell id="755" value="" style="line;strokeWidth=2;html=1;strokeColor=#000000;fontColor=#000000;" parent="1" vertex="1">
                    <mxGeometry x="340.54" y="364.37" width="9.46" height="10" as="geometry"/>
                </mxCell>
                <mxCell id="757" value="" style="line;strokeWidth=2;html=1;strokeColor=#000000;fontColor=#000000;" parent="1" vertex="1">
                    <mxGeometry x="339.93" y="405" width="40" height="10" as="geometry"/>
                </mxCell>
                <mxCell id="758" value="" style="line;strokeWidth=2;html=1;strokeColor=#000000;fontColor=#000000;" parent="1" vertex="1">
                    <mxGeometry x="339.93" y="444.37" width="40" height="10" as="geometry"/>
                </mxCell>
                <mxCell id="766" value="NC" style="text;html=1;strokeColor=#B7B7B7;fillColor=none;align=center;verticalAlign=middle;whiteSpace=wrap;rounded=0;fontColor=#B7B7B7;" parent="1" vertex="1">
                    <mxGeometry x="310.24" y="640" width="30.3" height="20" as="geometry"/>
                </mxCell>
                <mxCell id="768" value="15_D13" style="text;html=1;strokeColor=#000000;fillColor=none;align=center;verticalAlign=middle;whiteSpace=wrap;rounded=0;fontColor=#000000;" parent="1" vertex="1">
                    <mxGeometry x="291.75" y="680" width="49.4" height="20" as="geometry"/>
                </mxCell>
                <mxCell id="769" value="6_D12_ADC1_5&lt;br&gt;_LP_SDA" style="text;html=1;strokeColor=#000000;fillColor=none;align=center;verticalAlign=middle;whiteSpace=wrap;rounded=0;fontColor=#000000;" parent="1" vertex="1">
                    <mxGeometry x="251.75" y="710" width="89.4" height="40" as="geometry"/>
                </mxCell>
                <mxCell id="770" value="7_D11_LP_SCL&lt;br&gt;_DAT1**" style="text;html=1;strokeColor=#000000;fillColor=none;align=center;verticalAlign=middle;whiteSpace=wrap;rounded=0;fontColor=#000000;" parent="1" vertex="1">
                    <mxGeometry x="251.75000000000006" y="750" width="89.4" height="40" as="geometry"/>
                </mxCell>
                <mxCell id="771" value="NC" style="text;html=1;strokeColor=#B7B7B7;fillColor=none;align=center;verticalAlign=middle;whiteSpace=wrap;rounded=0;fontColor=#B7B7B7;" parent="1" vertex="1">
                    <mxGeometry x="312.07" y="800" width="30.3" height="20" as="geometry"/>
                </mxCell>
                <mxCell id="796" value="^ SDIO Sampling &amp;amp; Edge Control" style="text;html=1;strokeColor=none;fillColor=none;align=left;verticalAlign=middle;whiteSpace=wrap;rounded=0;fontColor=#000000;" parent="1" vertex="1">
                    <mxGeometry x="162.37" y="850" width="180" height="20" as="geometry"/>
                </mxCell>
                <mxCell id="798" value="^^ Boot Print Control (DFLT: No Effect)" style="text;html=1;strokeColor=none;fillColor=none;align=left;verticalAlign=middle;whiteSpace=wrap;rounded=0;fontColor=#000000;" parent="1" vertex="1">
                    <mxGeometry x="162.37" y="870" width="210" height="20" as="geometry"/>
                </mxCell>
                <mxCell id="799" value="** Boot JTAG Control (DFLT: No Effect)" style="text;html=1;strokeColor=none;fillColor=none;align=left;verticalAlign=middle;whiteSpace=wrap;rounded=0;fontColor=#000000;" parent="1" vertex="1">
                    <mxGeometry x="162.37" y="890" width="220" height="20" as="geometry"/>
                </mxCell>
                <mxCell id="847" value="RESERVED&lt;div&gt;(SD Card)&lt;/div&gt;" style="text;html=1;strokeColor=#000000;fillColor=none;align=center;verticalAlign=middle;whiteSpace=wrap;rounded=0;fontColor=#000000;rotation=-90;" parent="1" vertex="1">
                    <mxGeometry x="80.09" y="349.53" width="100.3" height="39.37" as="geometry"/>
                </mxCell>
                <mxCell id="849" value="RESERVED&lt;div&gt;(SD Card)&lt;/div&gt;" style="text;html=1;strokeColor=#000000;fillColor=none;align=center;verticalAlign=middle;whiteSpace=wrap;rounded=0;fontColor=#000000;" parent="1" vertex="1">
                    <mxGeometry x="80" y="509.37" width="70.66" height="40" as="geometry"/>
                </mxCell>
                <mxCell id="853" value="" style="group" parent="1" vertex="1" connectable="0">
                    <mxGeometry x="341.15000000000003" y="279.37" width="41.21999999999997" height="20" as="geometry"/>
                </mxCell>
                <mxCell id="202" value="NC" style="text;html=1;strokeColor=#B7B7B7;fillColor=none;align=center;verticalAlign=middle;whiteSpace=wrap;rounded=0;fontColor=#B7B7B7;" parent="853" vertex="1">
                    <mxGeometry x="10.919999999999959" width="30.3" height="20" as="geometry"/>
                </mxCell>
                <mxCell id="203" value="" style="line;strokeWidth=2;html=1;strokeColor=#B7B7B7;fontColor=#000000;" parent="853" vertex="1">
                    <mxGeometry y="4.3700000000000045" width="10" height="10" as="geometry"/>
                </mxCell>
                <mxCell id="854" value="" style="group" parent="1" vertex="1" connectable="0">
                    <mxGeometry x="340.00000000000006" y="180" width="41.21999999999997" height="20" as="geometry"/>
                </mxCell>
                <mxCell id="855" value="NC" style="text;html=1;strokeColor=#B7B7B7;fillColor=none;align=center;verticalAlign=middle;whiteSpace=wrap;rounded=0;fontColor=#B7B7B7;" parent="854" vertex="1">
                    <mxGeometry x="10.919999999999959" width="30.3" height="20" as="geometry"/>
                </mxCell>
                <mxCell id="856" value="" style="line;strokeWidth=2;html=1;strokeColor=#B7B7B7;fontColor=#000000;" parent="854" vertex="1">
                    <mxGeometry y="4.3700000000000045" width="10" height="10" as="geometry"/>
                </mxCell>
                <mxCell id="858" value="LP perhpials only support&lt;div&gt;&lt;font style=&quot;color: light-dark(rgb(0, 0, 0), rgb(255, 255, 255));&quot;&gt;GPIO0-6&lt;/font&gt;&lt;/div&gt;" style="shape=note;size=20;whiteSpace=wrap;html=1;strokeColor=#000000;fontColor=#000000;fillColor=none;align=left;" parent="1" vertex="1">
                    <mxGeometry x="159.32" y="910" width="180" height="40" as="geometry"/>
                </mxCell>
                <mxCell id="909" value="" style="group;fillColor=none;gradientColor=none;" parent="1" vertex="1" connectable="0">
                    <mxGeometry x="540" y="920" width="209.39" height="80" as="geometry"/>
                </mxCell>
                <mxCell id="892" value="&lt;span style=&quot;background-color: light-dark(rgb(255, 255, 255), rgb(0, 0, 0));&quot;&gt;&lt;font style=&quot;color: light-dark(rgb(0, 0, 0), rgb(255, 255, 255));&quot;&gt;Controls&lt;/font&gt;&lt;font style=&quot;color: light-dark(rgb(0, 0, 0), rgb(255, 255, 255));&quot;&gt; &lt;/font&gt;&lt;font style=&quot;color: light-dark(rgb(0, 0, 0), rgb(255, 255, 255));&quot;&gt;Box&lt;/font&gt;&lt;/span&gt;" style="shape=umlFrame;whiteSpace=wrap;html=1;width=89;height=20;boundedLbl=1;verticalAlign=middle;align=left;spacingLeft=5;fontColor=#000000;strokeColor=#000000;fillColor=light-dark(#000000,#000000);gradientColor=none;fillStyle=solid;movable=1;resizable=1;rotatable=1;deletable=1;editable=1;connectable=1;" parent="909" vertex="1">
                    <mxGeometry width="209.39" height="80" as="geometry"/>
                </mxCell>
                <mxCell id="908" value="" style="group" parent="909" vertex="1" connectable="0">
                    <mxGeometry x="9.389999999999986" y="30" width="190" height="40.940000000000055" as="geometry"/>
                </mxCell>
                <mxCell id="900" value="" style="line;strokeWidth=2;html=1;strokeColor=#000000;fontColor=#000000;" parent="908" vertex="1">
                    <mxGeometry x="40" y="15" width="10" height="10" as="geometry"/>
                </mxCell>
                <mxCell id="901" value="&lt;font style=&quot;color: light-dark(rgb(0, 0, 0), rgb(255, 255, 255));&quot;&gt;3V3_&lt;/font&gt;&lt;div&gt;&lt;font style=&quot;color: light-dark(rgb(0, 0, 0), rgb(255, 255, 255));&quot;&gt;BuckBoost_&lt;/font&gt;&lt;/div&gt;&lt;div&gt;&lt;font style=&quot;color: light-dark(rgb(0, 0, 0), rgb(255, 255, 255));&quot;&gt;Out&lt;/font&gt;&lt;/div&gt;" style="text;html=1;strokeColor=#000000;fillColor=none;align=center;verticalAlign=middle;whiteSpace=wrap;rounded=0;fontColor=#000000;rotation=0;" parent="908" vertex="1">
                    <mxGeometry x="118.77999999999997" width="71.22" height="40.94" as="geometry"/>
                </mxCell>
                <mxCell id="903" value="" style="line;strokeWidth=2;html=1;strokeColor=#000000;fontColor=#000000;" parent="908" vertex="1">
                    <mxGeometry x="108.77999999999997" y="15.309999999999945" width="10" height="10" as="geometry"/>
                </mxCell>
                <mxCell id="904" value="3V3" style="text;html=1;strokeColor=#000000;fillColor=none;align=center;verticalAlign=middle;whiteSpace=wrap;rounded=0;fontColor=#000000;rotation=0;" parent="908" vertex="1">
                    <mxGeometry y="10" width="40" height="20" as="geometry"/>
                </mxCell>
                <mxCell id="907" value="&lt;span style=&quot;text-align: left;&quot;&gt;&lt;font style=&quot;color: light-dark(rgb(0, 0, 0), rgb(255, 255, 255));&quot;&gt;2 Position Header&lt;/font&gt;&lt;/span&gt;" style="text;html=1;strokeColor=#000000;fillColor=none;align=center;verticalAlign=middle;whiteSpace=wrap;rounded=0;fontColor=#000000;rotation=0;" parent="908" vertex="1">
                    <mxGeometry x="50" width="58.78" height="40.94" as="geometry"/>
                </mxCell>
                <mxCell id="910" value="NC" style="text;html=1;strokeColor=#B7B7B7;fillColor=none;align=center;verticalAlign=middle;whiteSpace=wrap;rounded=0;fontColor=#B7B7B7;" parent="1" vertex="1">
                    <mxGeometry x="160.54000000000002" y="560" width="30.3" height="20" as="geometry"/>
                </mxCell>
                <mxCell id="911" value="NC" style="text;html=1;strokeColor=#B7B7B7;fillColor=none;align=center;verticalAlign=middle;whiteSpace=wrap;rounded=0;fontColor=#B7B7B7;" parent="1" vertex="1">
                    <mxGeometry x="160.54" y="640" width="29.46" height="20" as="geometry"/>
                </mxCell>
                <mxCell id="914" value="26_D3*" style="text;html=1;strokeColor=#000000;fillColor=none;align=center;verticalAlign=middle;whiteSpace=wrap;rounded=0;fontColor=#000000;" parent="1" vertex="1">
                    <mxGeometry x="160.23" y="680" width="50" height="20" as="geometry"/>
                </mxCell>
                <mxCell id="916" value="" style="group" parent="1" vertex="1" connectable="0">
                    <mxGeometry x="382.37" y="690" width="95" height="110.63" as="geometry"/>
                </mxCell>
                <mxCell id="925" value="" style="group" parent="916" vertex="1" connectable="0">
                    <mxGeometry y="20.629999999999995" width="52.78" height="90" as="geometry"/>
                </mxCell>
                <mxCell id="918" value="" style="rounded=0;whiteSpace=wrap;html=1;fillColor=none;strokeColor=#000000;fontColor=#000000;container=0;" parent="925" vertex="1">
                    <mxGeometry width="52.78" height="70" as="geometry"/>
                </mxCell>
                <mxCell id="919" value="SCL" style="text;html=1;strokeColor=#000000;fillColor=none;align=center;verticalAlign=middle;whiteSpace=wrap;rounded=0;fontColor=#000000;container=0;" parent="925" vertex="1">
-                     <mxGeometry width="42.22222222222222" height="20" as="geometry"/>
-                 </mxCell>
-                 <mxCell id="920" value="SDA" style="text;html=1;strokeColor=#000000;fillColor=none;align=center;verticalAlign=middle;whiteSpace=wrap;rounded=0;fontColor=#000000;container=0;" parent="925" vertex="1">
                    <mxGeometry y="50" width="42.22222222222222" height="20" as="geometry"/>
                </mxCell>
                <mxCell id="917" value="I2C Bus" style="text;html=1;strokeColor=none;fillColor=none;align=left;verticalAlign=middle;whiteSpace=wrap;rounded=0;fontColor=#000000;container=0;" parent="925" vertex="1">
                    <mxGeometry y="70" width="52.77777777777778" height="20" as="geometry"/>
                </mxCell>
+                 <mxCell id="920" value="SDA" style="text;html=1;strokeColor=#000000;fillColor=none;align=center;verticalAlign=middle;whiteSpace=wrap;rounded=0;fontColor=#000000;container=0;" parent="925" vertex="1">
+                     <mxGeometry y="-3.552713678800501e-15" width="42.22222222222222" height="20" as="geometry"/>
+                 </mxCell>
                <mxCell id="922" value="" style="line;strokeWidth=2;html=1;strokeColor=#000000;fontColor=#000000;" parent="1" vertex="1">
                    <mxGeometry x="342.37" y="724.9999999999999" width="40" height="10" as="geometry"/>
                </mxCell>
                <mxCell id="923" value="" style="line;strokeWidth=2;html=1;strokeColor=#000000;fontColor=#000000;" parent="1" vertex="1">
                    <mxGeometry x="342.37" y="765" width="40" height="10" as="geometry"/>
                </mxCell>
                <mxCell id="926" value="3V3_C" style="text;html=1;strokeColor=#000000;fillColor=none;align=center;verticalAlign=middle;whiteSpace=wrap;rounded=0;fontColor=#000000;" parent="1" vertex="1">
                    <mxGeometry x="300" y="320" width="40.61" height="20" as="geometry"/>
                </mxCell>
                <mxCell id="931" value="" style="group" parent="1" vertex="1" connectable="0">
                    <mxGeometry x="380.54" y="379.21" width="52.78" height="81.42000000000002" as="geometry"/>
                </mxCell>
                <mxCell id="759" value="I2C Bus" style="text;html=1;strokeColor=none;fillColor=none;align=left;verticalAlign=middle;whiteSpace=wrap;rounded=0;fontColor=#000000;container=0;" parent="931" vertex="1">
                    <mxGeometry width="50" height="20" as="geometry"/>
                </mxCell>
                <mxCell id="760" value="" style="rounded=0;whiteSpace=wrap;html=1;fillColor=none;strokeColor=#000000;fontColor=#000000;container=0;" parent="931" vertex="1">
                    <mxGeometry y="20.79" width="50" height="60" as="geometry"/>
                </mxCell>
                <mxCell id="761" value="SCL" style="text;html=1;strokeColor=#000000;fillColor=none;align=center;verticalAlign=middle;whiteSpace=wrap;rounded=0;fontColor=#000000;container=0;" parent="931" vertex="1">
                    <mxGeometry y="21.420000000000016" width="39.46" height="20" as="geometry"/>
                </mxCell>
                <mxCell id="762" value="SDA" style="text;html=1;strokeColor=#000000;fillColor=none;align=center;verticalAlign=middle;whiteSpace=wrap;rounded=0;fontColor=#000000;container=0;" parent="931" vertex="1">
                    <mxGeometry y="61.420000000000016" width="39.46" height="20" as="geometry"/>
                </mxCell>
                <mxCell id="940" value="" style="group" parent="1" vertex="1" connectable="0">
                    <mxGeometry x="340" y="540" width="180" height="88.75" as="geometry"/>
                </mxCell>
                <mxCell id="326" value="" style="rounded=0;whiteSpace=wrap;html=1;fillColor=none;strokeColor=#000000;fontColor=#000000;" parent="940" vertex="1">
                    <mxGeometry x="20" y="20" width="110" height="60" as="geometry"/>
                </mxCell>
                <mxCell id="329" value="PWM" style="text;html=1;strokeColor=#000000;fillColor=none;align=center;verticalAlign=middle;whiteSpace=wrap;rounded=0;fontColor=#000000;" parent="940" vertex="1">
                    <mxGeometry x="20" y="20" width="40" height="22.5" as="geometry"/>
                </mxCell>
                <mxCell id="335" value="VDD" style="text;html=1;strokeColor=#000000;fillColor=none;align=center;verticalAlign=middle;whiteSpace=wrap;rounded=0;fontColor=#000000;" parent="940" vertex="1">
                    <mxGeometry x="90.00000000000006" y="20" width="40" height="20" as="geometry"/>
                </mxCell>
                <mxCell id="336" value="GND" style="text;html=1;strokeColor=#000000;fillColor=none;align=center;verticalAlign=middle;whiteSpace=wrap;rounded=0;fontColor=#000000;" parent="940" vertex="1">
                    <mxGeometry x="90.00000000000006" y="60" width="40" height="20" as="geometry"/>
                </mxCell>
                <mxCell id="458" value="" style="line;strokeWidth=2;html=1;strokeColor=#000000;fontColor=#000000;" parent="940" vertex="1">
                    <mxGeometry x="130.00000000000006" y="25" width="10" height="10" as="geometry"/>
                </mxCell>
                <mxCell id="461" value="" style="line;strokeWidth=2;html=1;strokeColor=#000000;fontColor=#000000;" parent="940" vertex="1">
                    <mxGeometry x="130.00000000000006" y="63.75" width="10" height="10" as="geometry"/>
                </mxCell>
                <mxCell id="499" value="" style="line;strokeWidth=2;html=1;strokeColor=#000000;fontColor=#000000;" parent="940" vertex="1">
                    <mxGeometry y="65" width="20" height="10" as="geometry"/>
                </mxCell>
                <mxCell id="500" value="" style="line;strokeWidth=2;html=1;strokeColor=#000000;fontColor=#000000;" parent="940" vertex="1">
                    <mxGeometry y="25" width="20" height="10" as="geometry"/>
                </mxCell>
                <mxCell id="460" value="GND" style="text;html=1;strokeColor=#000000;fillColor=none;align=center;verticalAlign=middle;whiteSpace=wrap;rounded=0;fontColor=#000000;rotation=-90;" parent="940" vertex="1">
                    <mxGeometry x="129.99999999999994" y="58.75" width="40" height="20" as="geometry"/>
                </mxCell>
                <mxCell id="328" value="PosFB_V" style="text;html=1;strokeColor=#000000;fillColor=none;align=center;verticalAlign=middle;whiteSpace=wrap;rounded=0;fontColor=#000000;" parent="940" vertex="1">
                    <mxGeometry x="20" y="60" width="60" height="20" as="geometry"/>
                </mxCell>
                <mxCell id="340" value="7VDC" style="text;html=1;strokeColor=#000000;fillColor=none;align=center;verticalAlign=middle;whiteSpace=wrap;rounded=0;fontColor=#000000;rotation=0;" parent="940" vertex="1">
                    <mxGeometry x="140" y="20" width="40" height="20" as="geometry"/>
                </mxCell>
                <mxCell id="942" value="RESERVED&lt;div&gt;(Reset)&lt;/div&gt;" style="text;html=1;strokeColor=#000000;fillColor=none;align=center;verticalAlign=middle;whiteSpace=wrap;rounded=0;fontColor=#000000;" parent="1" vertex="1">
                    <mxGeometry x="80.43" y="120" width="70.23" height="30" as="geometry"/>
                </mxCell>
                <mxCell id="944" value="&lt;span style=&quot;&quot;&gt;&lt;font style=&quot;color: light-dark(rgb(0, 0, 0), rgb(255, 255, 255));&quot;&gt;Needs Testing&lt;/font&gt;&lt;/span&gt;" style="shape=note;size=20;whiteSpace=wrap;html=1;strokeColor=#000000;fontColor=#000000;fillColor=none;align=left;" parent="1" vertex="1">
                    <mxGeometry x="350" y="319.21" width="100" height="20.79" as="geometry"/>
                </mxCell>
                <mxCell id="946" value="RESERVED&lt;div&gt;(Fiber/UART)&lt;/div&gt;" style="text;html=1;strokeColor=#000000;fillColor=none;align=center;verticalAlign=middle;whiteSpace=wrap;rounded=0;fontColor=#000000;rotation=0;" parent="1" vertex="1">
                    <mxGeometry x="80" y="760" width="69.93" height="60" as="geometry"/>
                </mxCell>
                <mxCell id="950" value="RESERVED&lt;div&gt;(LP Fiber/UARG)&lt;/div&gt;" style="text;html=1;strokeColor=#000000;fillColor=none;align=center;verticalAlign=middle;whiteSpace=wrap;rounded=0;fontColor=#000000;rotation=90;" parent="1" vertex="1">
                    <mxGeometry x="334.67" y="484.62" width="80.07" height="48.62" as="geometry"/>
                </mxCell>
                <mxCell id="327" value="Actuator Header" style="text;html=1;strokeColor=none;fillColor=none;align=left;verticalAlign=middle;whiteSpace=wrap;rounded=0;fontColor=#000000;" parent="1" vertex="1">
                    <mxGeometry x="360" y="620" width="110" height="20" as="geometry"/>
                </mxCell>
                <mxCell id="954" value="RESERVED&lt;div&gt;(JTAG)&lt;/div&gt;" style="text;html=1;strokeColor=#000000;fillColor=none;align=center;verticalAlign=middle;whiteSpace=wrap;rounded=0;fontColor=#000000;rotation=90;" parent="1" vertex="1">
                    <mxGeometry x="472.65" y="530.59" width="160" height="39.37" as="geometry"/>
                </mxCell>
-                 <mxCell id="956" value="100nF" style="pointerEvents=1;verticalLabelPosition=bottom;shadow=0;dashed=0;align=center;html=1;verticalAlign=top;shape=mxgraph.electrical.capacitors.capacitor_1;rotation=-90;" parent="1" vertex="1">
+                 <mxCell id="956" value="&lt;font style=&quot;color: light-dark(rgb(0, 0, 0), rgb(255, 255, 255));&quot;&gt;2x22uF&lt;/font&gt;&lt;div&gt;&lt;font style=&quot;color: light-dark(rgb(0, 0, 0), rgb(255, 255, 255));&quot;&gt;(&amp;lt;= 0603),&lt;/font&gt;&lt;br&gt;&lt;/div&gt;&lt;div&gt;&lt;font style=&quot;color: light-dark(rgb(0, 0, 0), rgb(255, 255, 255));&quot;&gt;+ 1x1uF&lt;/font&gt;&lt;/div&gt;&lt;div&gt;&lt;font style=&quot;color: light-dark(rgb(0, 0, 0), rgb(255, 255, 255));&quot;&gt;(&amp;lt;= 0402)&lt;/font&gt;&lt;/div&gt;" style="pointerEvents=1;verticalLabelPosition=bottom;shadow=0;dashed=0;align=center;html=1;verticalAlign=top;shape=mxgraph.electrical.capacitors.capacitor_1;rotation=-90;" parent="1" vertex="1">
                    <mxGeometry x="105.02000000000001" y="209.18" width="80.5" height="21.63" as="geometry"/>
                </mxCell>
                <mxCell id="957" value="&lt;span style=&quot;text-align: center; text-wrap-mode: nowrap;&quot;&gt;&lt;font style=&quot;color: light-dark(rgb(0, 0, 0), rgb(255, 255, 255));&quot;&gt;47-57 μF&lt;/font&gt;&lt;/span&gt;&lt;div&gt;&lt;span style=&quot;text-align: center; text-wrap-mode: nowrap; color: rgb(255, 255, 255);&quot;&gt;&lt;font style=&quot;color: light-dark(rgb(0, 0, 0), rgb(255, 255, 255));&quot;&gt;bypassed&lt;/font&gt;&lt;/span&gt;&lt;/div&gt;" style="shape=note;size=20;whiteSpace=wrap;html=1;strokeColor=#000000;fontColor=#000000;fillColor=none;align=left;" parent="1" vertex="1">
                    <mxGeometry x="30" y="199.99" width="70" height="40" as="geometry"/>
                </mxCell>
            </root>
        </mxGraphModel>
    </diagram>
</mxfile>